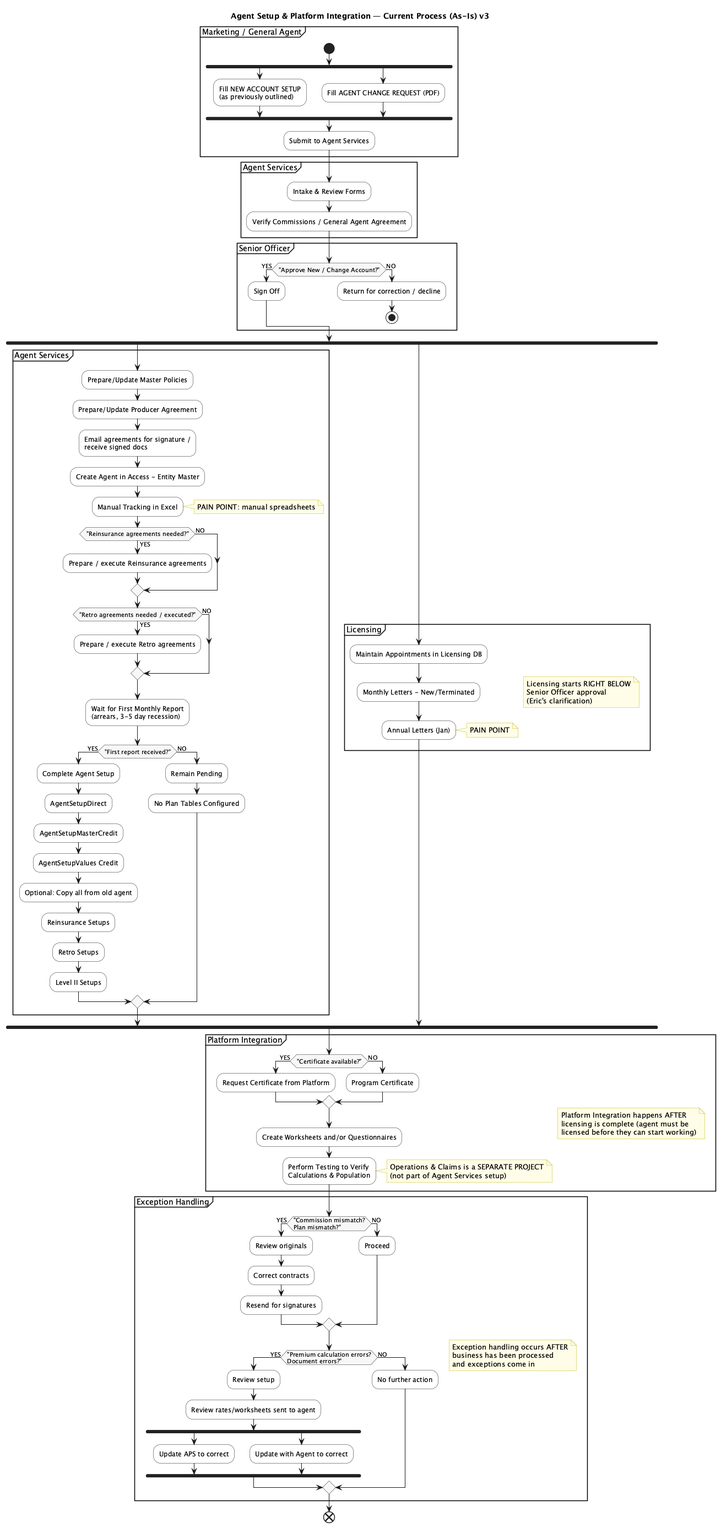
Earlier version of the PlantUML export Process Diagrams/as-is/current_process_as_is_v3.png (VardanianJacob/Agent-Services---Documentation).
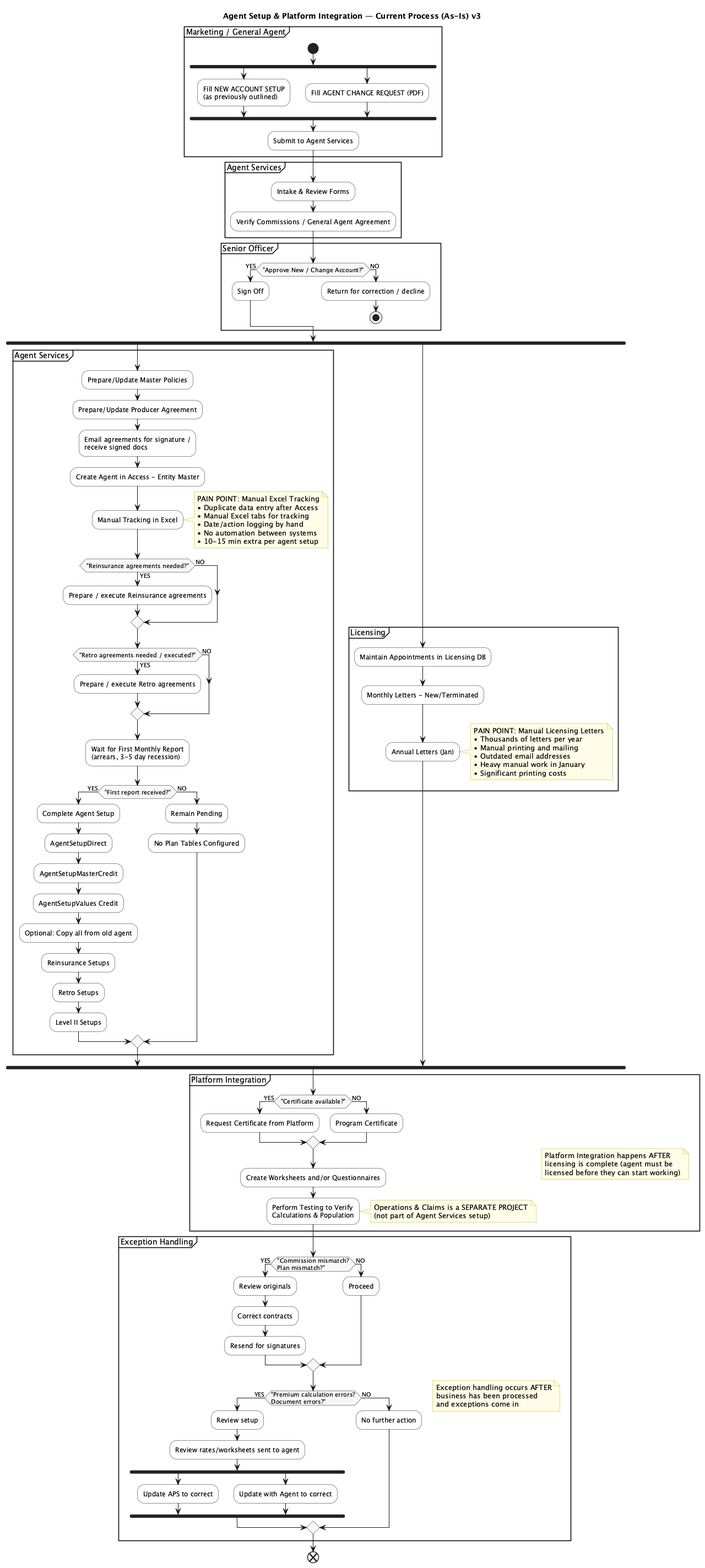
The same file after the commit.

Commit message:
feat: enhance pain points descriptions and remove unnecessary clarifications

Diff of the diagram source:
```diff
@@ -46,7 +46,12 @@
   :Create Agent in Access - Entity Master;
   :Manual Tracking in Excel;
   note right
-    PAIN POINT: manual spreadsheets
+    PAIN POINT: Manual Excel Tracking
+    • Duplicate data entry after Access
+    • Manual Excel tabs for tracking
+    • Date/action logging by hand
+    • No automation between systems
+    • 10-15 min extra per agent setup
   end note
 
   if ("Reinsurance agreements needed?") then (YES)
@@ -78,16 +83,16 @@
 fork again
 
 partition "Licensing" {
-  note right
-    Licensing starts RIGHT BELOW
-    Senior Officer approval
-    (Eric's clarification)
-  end note
   :Maintain Appointments in Licensing DB;
   :Monthly Letters - New/Terminated;
   :Annual Letters (Jan);
   note right
-    PAIN POINT
+    PAIN POINT: Manual Licensing Letters
+    • Thousands of letters per year
+    • Manual printing and mailing
+    • Outdated email addresses
+    • Heavy manual work in January
+    • Significant printing costs
   end note
 }
 
```
